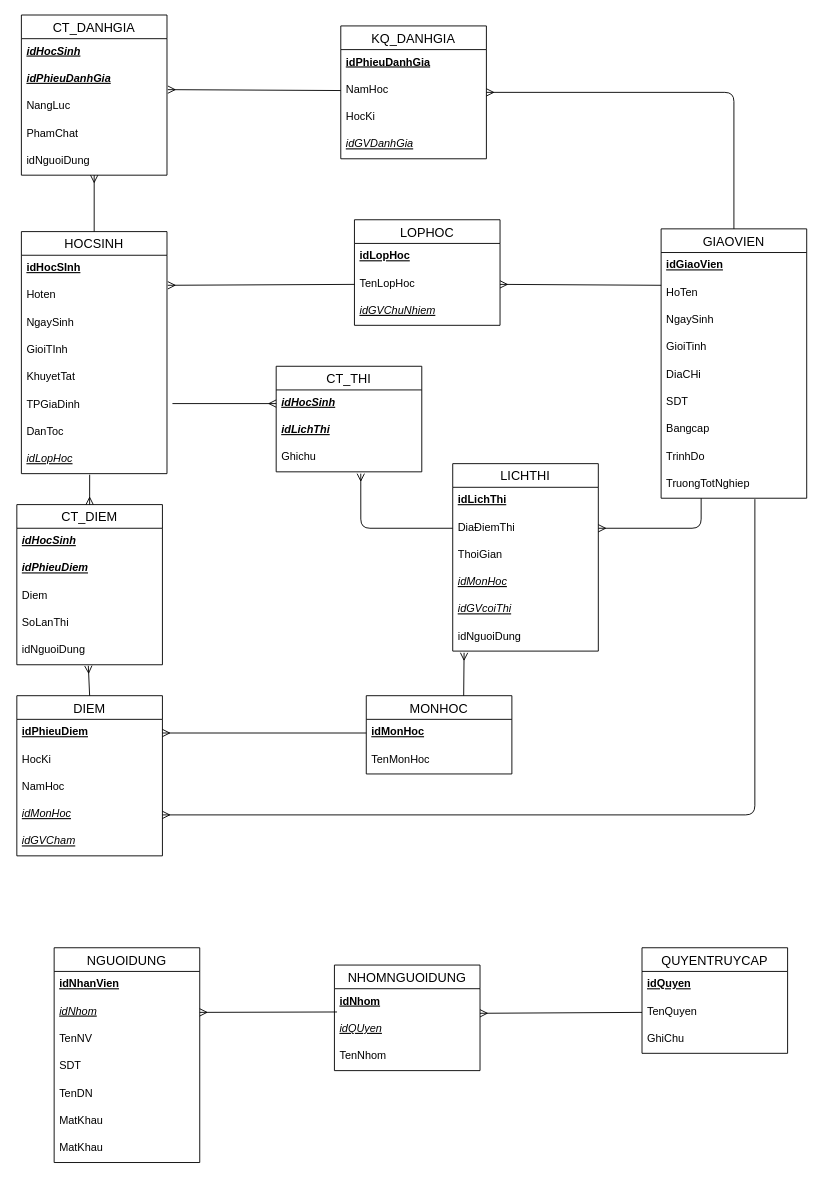
Above: 3.2.3.drawio in TLGKien/graph (draw.io), before the change. Source tidied: cells renumbered, new cells numbered last; positions are measured from the earlier drawing's top-left corner, leaving out a move shared by most shapes. Both pictures are drawn from the tidied source at 91%, with x=0, y=0 at pixel (16, 15).
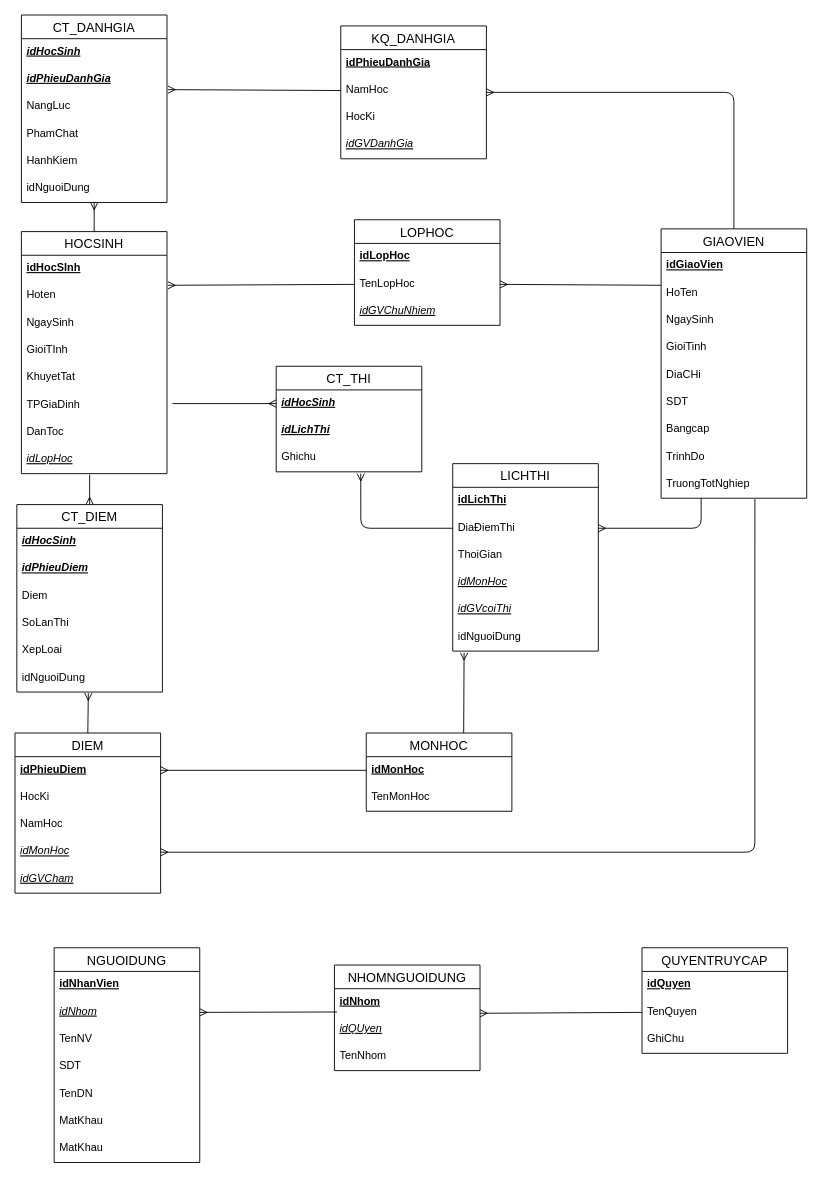
The same page after the edit.

Unchanged cells that the change refers to:
```xml
<mxCell id="20" value="TruongTotNghiep" style="text;strokeColor=none;fillColor=none;spacingLeft=4;spacingRight=4;overflow=hidden;points=[[0,0.5],[1,0.5]];portConstraint=eastwest;fontSize=12;" parent="11" vertex="1">
  <mxGeometry y="266" width="160" height="30" as="geometry" />
</mxCell>
<mxCell id="43" value="idMonHoc" style="text;strokeColor=none;fillColor=none;spacingLeft=4;spacingRight=4;overflow=hidden;points=[[0,0.5],[1,0.5]];portConstraint=eastwest;fontSize=12;fontStyle=6;" parent="39" vertex="1">
  <mxGeometry y="116" width="160" height="30" as="geometry" />
</mxCell>
```

The edit, as a diff of the source:
```diff
@@
     <mxCell id="25" value="MONHOC" style="swimlane;fontStyle=0;horizontal=1;startSize=26;align=center;fontSize=14;" parent="1" vertex="1">
-      <mxGeometry x="384" y="748" width="160" height="86" as="geometry" />
+      <mxGeometry x="384" y="789" width="160" height="86" as="geometry" />
     </mxCell>
@@
     <mxCell id="39" value="DIEM" style="swimlane;fontStyle=0;horizontal=1;startSize=26;align=center;fontSize=14;" parent="1" vertex="1">
-      <mxGeometry y="748" width="160" height="176" as="geometry" />
+      <mxGeometry x="-2" y="789" width="160" height="176" as="geometry" />
     </mxCell>
@@
     <mxCell id="45" value="CT_DIEM" style="swimlane;fontStyle=0;horizontal=1;startSize=26;align=center;fontSize=14;" parent="1" vertex="1">
-      <mxGeometry y="538" width="160" height="176" as="geometry" />
+      <mxGeometry y="538" width="160" height="206" as="geometry" />
     </mxCell>
@@
+    <mxCell id="93" value="XepLoai" style="text;strokeColor=none;fillColor=none;spacingLeft=4;spacingRight=4;overflow=hidden;fontSize=12;" parent="45" vertex="1">
+      <mxGeometry y="146" width="160" height="30" as="geometry" />
+    </mxCell>
     <mxCell id="50" value="idNguoiDung" style="text;strokeColor=none;fillColor=none;spacingLeft=4;spacingRight=4;overflow=hidden;points=[[0,0.5],[1,0.5]];portConstraint=eastwest;fontSize=12;" parent="45" vertex="1">
-      <mxGeometry y="146" width="160" height="30" as="geometry" />
+      <mxGeometry y="176" width="160" height="30" as="geometry" />
     </mxCell>
@@
     <mxCell id="56" value="CT_DANHGIA" style="swimlane;fontStyle=0;horizontal=1;startSize=26;align=center;fontSize=14;" parent="1" vertex="1">
-      <mxGeometry x="5" width="160" height="176" as="geometry" />
+      <mxGeometry x="5" width="160" height="206" as="geometry" />
     </mxCell>
@@
+    <mxCell id="94" value="HanhKiem" style="text;strokeColor=none;fillColor=none;spacingLeft=4;spacingRight=4;overflow=hidden;fontSize=12;" parent="56" vertex="1">
+      <mxGeometry y="146" width="160" height="30" as="geometry" />
+    </mxCell>
     <mxCell id="61" value="idNguoiDung" style="text;strokeColor=none;fillColor=none;spacingLeft=4;spacingRight=4;overflow=hidden;fontSize=12;" parent="56" vertex="1">
-      <mxGeometry y="146" width="160" height="30" as="geometry" />
+      <mxGeometry y="176" width="160" height="30" as="geometry" />
     </mxCell>
@@
     <mxCell id="67" style="fontSize=12;html=1;endArrow=ERmany;exitX=0.644;exitY=1.033;exitDx=0;exitDy=0;entryX=1;entryY=0.5;entryDx=0;entryDy=0;exitPerimeter=0;" parent="1" edge="1" source="20" target="43">
       <mxGeometry relative="1" as="geometry">
         <Array as="points">
-          <mxPoint x="811" y="879" />
+          <mxPoint x="811" y="920" />
         </Array>
       </mxGeometry>
     </mxCell>
```
